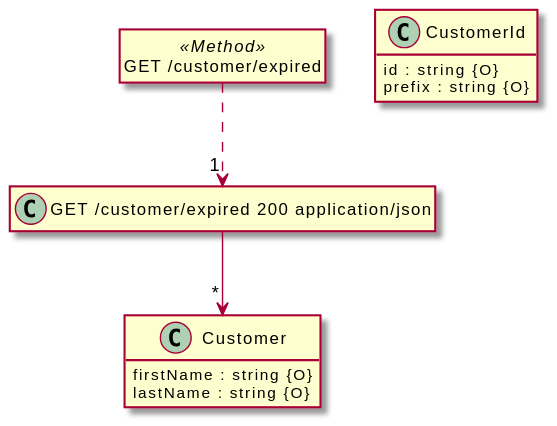
Before: src/docs/tests/parameter-ref-complex.puml.svg, a diagram exported from PlantUML (davidmoten/openapi-to-plantuml).
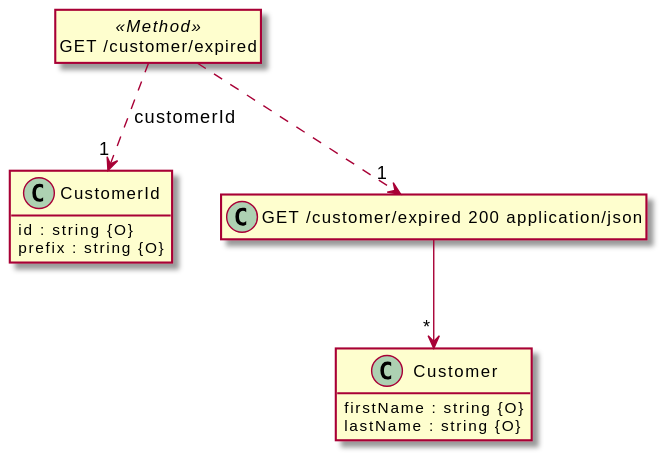
After the commit.

Diff of the diagram source:
```diff
@@ -20,6 +20,8 @@
 class "GET /customer/expired 200 application/json" {
 }
 
+"GET /customer/expired" ..> "1" "CustomerId" : "customerId"
+
 "GET /customer/expired 200 application/json" --> "*" "Customer"
 
 "GET /customer/expired" ..> "1" "GET /customer/expired 200 application/json"
```
